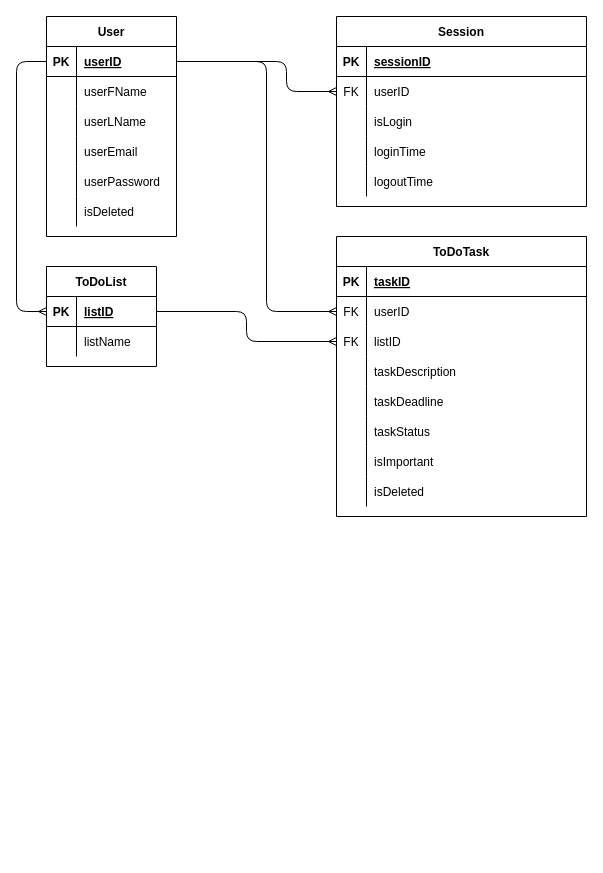
Before: ToDoERD.drawio in chv14/ToDoApp, a draw.io diagram. Source tidied: cells renumbered, new cells numbered last; positions are measured from the earlier drawing's top-left corner, leaving out a move shared by most shapes. Both pictures are drawn from the tidied source at 100%, with x=0, y=0 at pixel (16, 16).
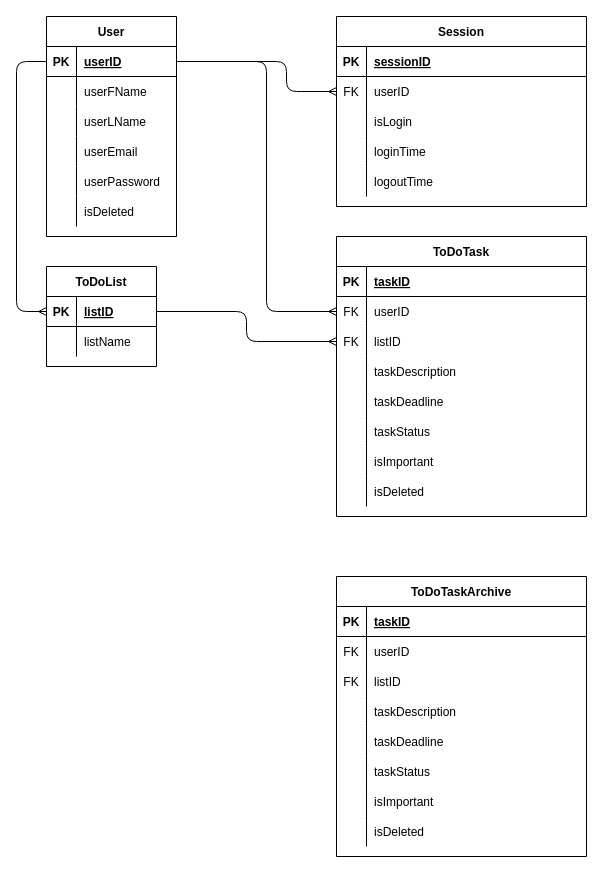
Above is the later version.

Diff of the diagram source:
```diff
@@
+    <mxCell id="73" value="ToDoTaskArchive" style="shape=table;startSize=30;childLayout=tableLayout;rowLines=0;fontStyle=1;align=center;" parent="1" vertex="1">
+      <mxGeometry x="320" y="560" width="250" height="280" as="geometry" />
+    </mxCell>
+    <mxCell id="74" style="shape=partialRectangle;fillColor=none;top=0;left=0;right=0;bottom=1;" parent="73" vertex="1">
+      <mxGeometry y="30" width="250" height="30" as="geometry" />
+    </mxCell>
+    <mxCell id="75" value="PK" style="shape=partialRectangle;overflow=hidden;fillColor=none;top=0;left=0;bottom=0;right=0;fontStyle=1;" parent="74" vertex="1">
+      <mxGeometry width="30" height="30" as="geometry" />
+    </mxCell>
+    <mxCell id="76" value="taskID" style="shape=partialRectangle;overflow=hidden;fillColor=none;top=0;left=0;bottom=0;right=0;align=left;spacingLeft=6;fontStyle=5;" parent="74" vertex="1">
+      <mxGeometry x="30" width="220" height="30" as="geometry" />
+    </mxCell>
+    <mxCell id="77" style="shape=partialRectangle;fillColor=none;top=0;left=0;right=0;bottom=0;" parent="73" vertex="1">
+      <mxGeometry y="60" width="250" height="30" as="geometry" />
+    </mxCell>
+    <mxCell id="78" value="FK" style="shape=partialRectangle;overflow=hidden;fillColor=none;top=0;left=0;bottom=0;right=0;" parent="77" vertex="1">
+      <mxGeometry width="30" height="30" as="geometry" />
+    </mxCell>
+    <mxCell id="79" value="userID" style="shape=partialRectangle;overflow=hidden;fillColor=none;top=0;left=0;bottom=0;right=0;align=left;spacingLeft=6;" parent="77" vertex="1">
+      <mxGeometry x="30" width="220" height="30" as="geometry" />
+    </mxCell>
+    <mxCell id="80" style="shape=partialRectangle;fillColor=none;top=0;left=0;right=0;bottom=0;" parent="73" vertex="1">
+      <mxGeometry y="90" width="250" height="30" as="geometry" />
+    </mxCell>
+    <mxCell id="81" value="FK" style="shape=partialRectangle;overflow=hidden;fillColor=none;top=0;left=0;bottom=0;right=0;" parent="80" vertex="1">
+      <mxGeometry width="30" height="30" as="geometry" />
+    </mxCell>
+    <mxCell id="82" value="listID" style="shape=partialRectangle;overflow=hidden;fillColor=none;top=0;left=0;bottom=0;right=0;align=left;spacingLeft=6;" parent="80" vertex="1">
+      <mxGeometry x="30" width="220" height="30" as="geometry" />
+    </mxCell>
+    <mxCell id="83" style="shape=partialRectangle;fillColor=none;top=0;left=0;right=0;bottom=0;" parent="73" vertex="1">
+      <mxGeometry y="120" width="250" height="30" as="geometry" />
+    </mxCell>
+    <mxCell id="84" style="shape=partialRectangle;overflow=hidden;fillColor=none;top=0;left=0;bottom=0;right=0;" parent="83" vertex="1">
+      <mxGeometry width="30" height="30" as="geometry" />
+    </mxCell>
+    <mxCell id="85" value="taskDescription" style="shape=partialRectangle;overflow=hidden;fillColor=none;top=0;left=0;bottom=0;right=0;align=left;spacingLeft=6;" parent="83" vertex="1">
+      <mxGeometry x="30" width="220" height="30" as="geometry" />
+    </mxCell>
+    <mxCell id="86" style="shape=partialRectangle;fillColor=none;top=0;left=0;right=0;bottom=0;" parent="73" vertex="1">
+      <mxGeometry y="150" width="250" height="30" as="geometry" />
+    </mxCell>
+    <mxCell id="87" style="shape=partialRectangle;overflow=hidden;fillColor=none;top=0;left=0;bottom=0;right=0;" parent="86" vertex="1">
+      <mxGeometry width="30" height="30" as="geometry" />
+    </mxCell>
+    <mxCell id="88" value="taskDeadline" style="shape=partialRectangle;overflow=hidden;fillColor=none;top=0;left=0;bottom=0;right=0;align=left;spacingLeft=6;" parent="86" vertex="1">
+      <mxGeometry x="30" width="220" height="30" as="geometry" />
+    </mxCell>
+    <mxCell id="89" style="shape=partialRectangle;fillColor=none;top=0;left=0;right=0;bottom=0;" parent="73" vertex="1">
+      <mxGeometry y="180" width="250" height="30" as="geometry" />
+    </mxCell>
+    <mxCell id="90" style="shape=partialRectangle;overflow=hidden;fillColor=none;top=0;left=0;bottom=0;right=0;" parent="89" vertex="1">
+      <mxGeometry width="30" height="30" as="geometry" />
+    </mxCell>
+    <mxCell id="91" value="taskStatus" style="shape=partialRectangle;overflow=hidden;fillColor=none;top=0;left=0;bottom=0;right=0;align=left;spacingLeft=6;" parent="89" vertex="1">
+      <mxGeometry x="30" width="220" height="30" as="geometry" />
+    </mxCell>
+    <mxCell id="92" style="shape=partialRectangle;fillColor=none;top=0;left=0;right=0;bottom=0;" parent="73" vertex="1">
+      <mxGeometry y="210" width="250" height="30" as="geometry" />
+    </mxCell>
+    <mxCell id="93" style="shape=partialRectangle;overflow=hidden;fillColor=none;top=0;left=0;bottom=0;right=0;" parent="92" vertex="1">
+      <mxGeometry width="30" height="30" as="geometry" />
+    </mxCell>
+    <mxCell id="94" value="isImportant" style="shape=partialRectangle;overflow=hidden;fillColor=none;top=0;left=0;bottom=0;right=0;align=left;spacingLeft=6;" parent="92" vertex="1">
+      <mxGeometry x="30" width="220" height="30" as="geometry" />
+    </mxCell>
+    <mxCell id="95" style="shape=partialRectangle;fillColor=none;top=0;left=0;right=0;bottom=0;" parent="73" vertex="1">
+      <mxGeometry y="240" width="250" height="30" as="geometry" />
+    </mxCell>
+    <mxCell id="96" style="shape=partialRectangle;overflow=hidden;fillColor=none;top=0;left=0;bottom=0;right=0;" parent="95" vertex="1">
+      <mxGeometry width="30" height="30" as="geometry" />
+    </mxCell>
+    <mxCell id="97" value="isDeleted" style="shape=partialRectangle;overflow=hidden;fillColor=none;top=0;left=0;bottom=0;right=0;align=left;spacingLeft=6;" parent="95" vertex="1">
+      <mxGeometry x="30" width="220" height="30" as="geometry" />
+    </mxCell>
```
